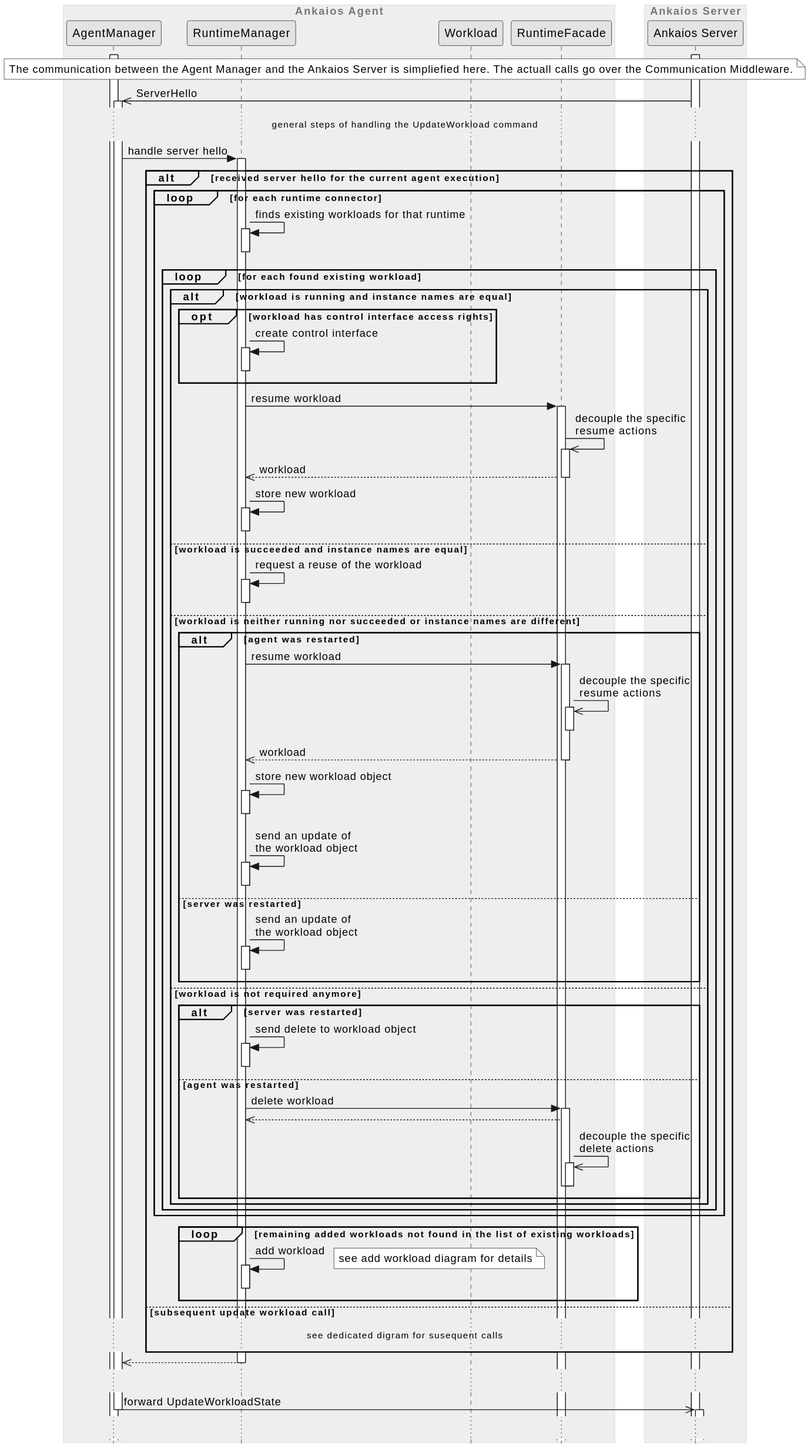
Above: agent/doc/swdesign/plantuml/seq_update_workload_initial.svg in eclipse-ankaios/ankaios (PlantUML), before the change.
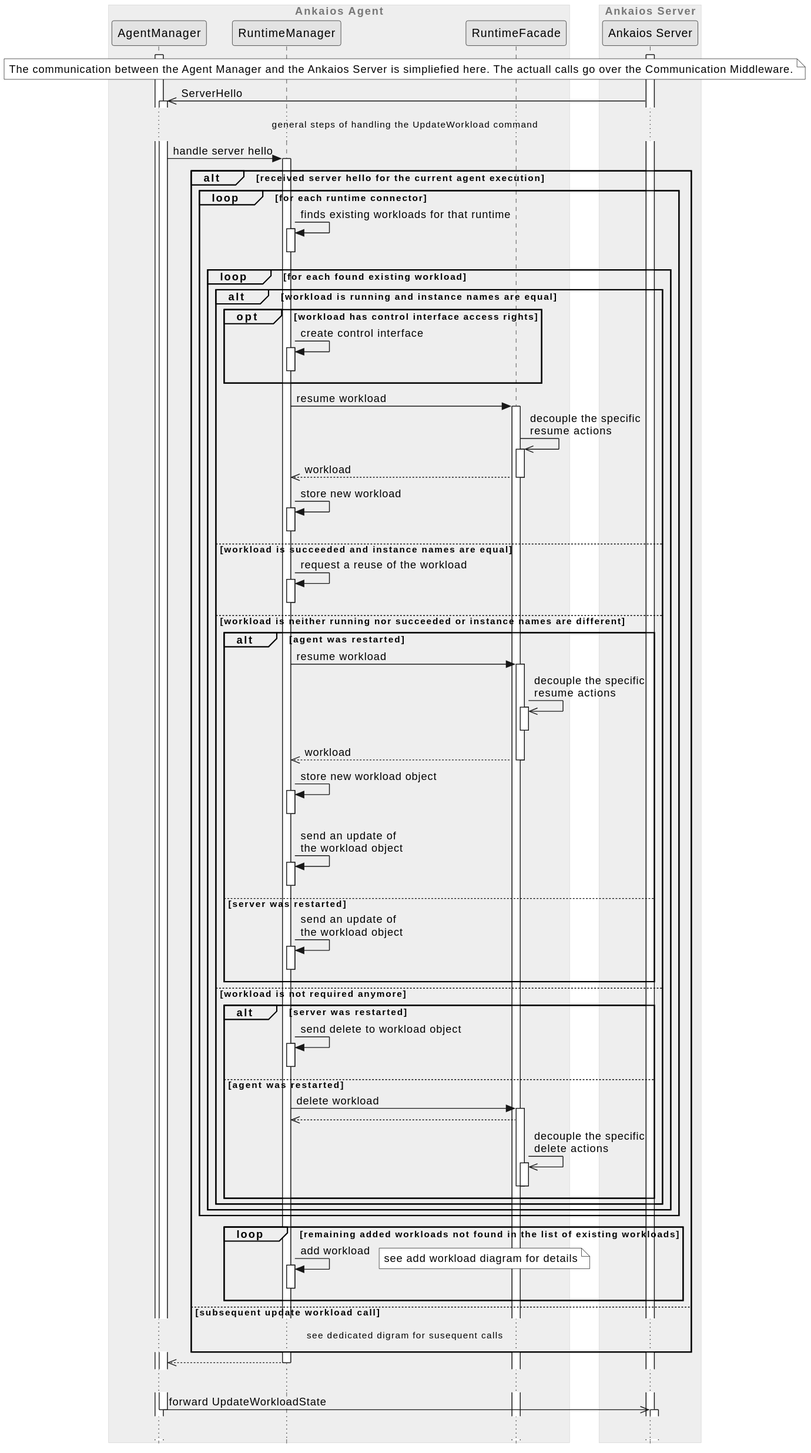
Above is the later version.

Commit message:
Remove unused participant from diagram

Issue-Id: #298

Change to the diagram source:
```diff
@@ -4,7 +4,6 @@
 box "Ankaios Agent"
     participant "AgentManager" as manager
     participant "RuntimeManager" as runtime_manager
-    participant "Workload" as workload
     participant "RuntimeFacade" as wl_facade
 end box
 
```
